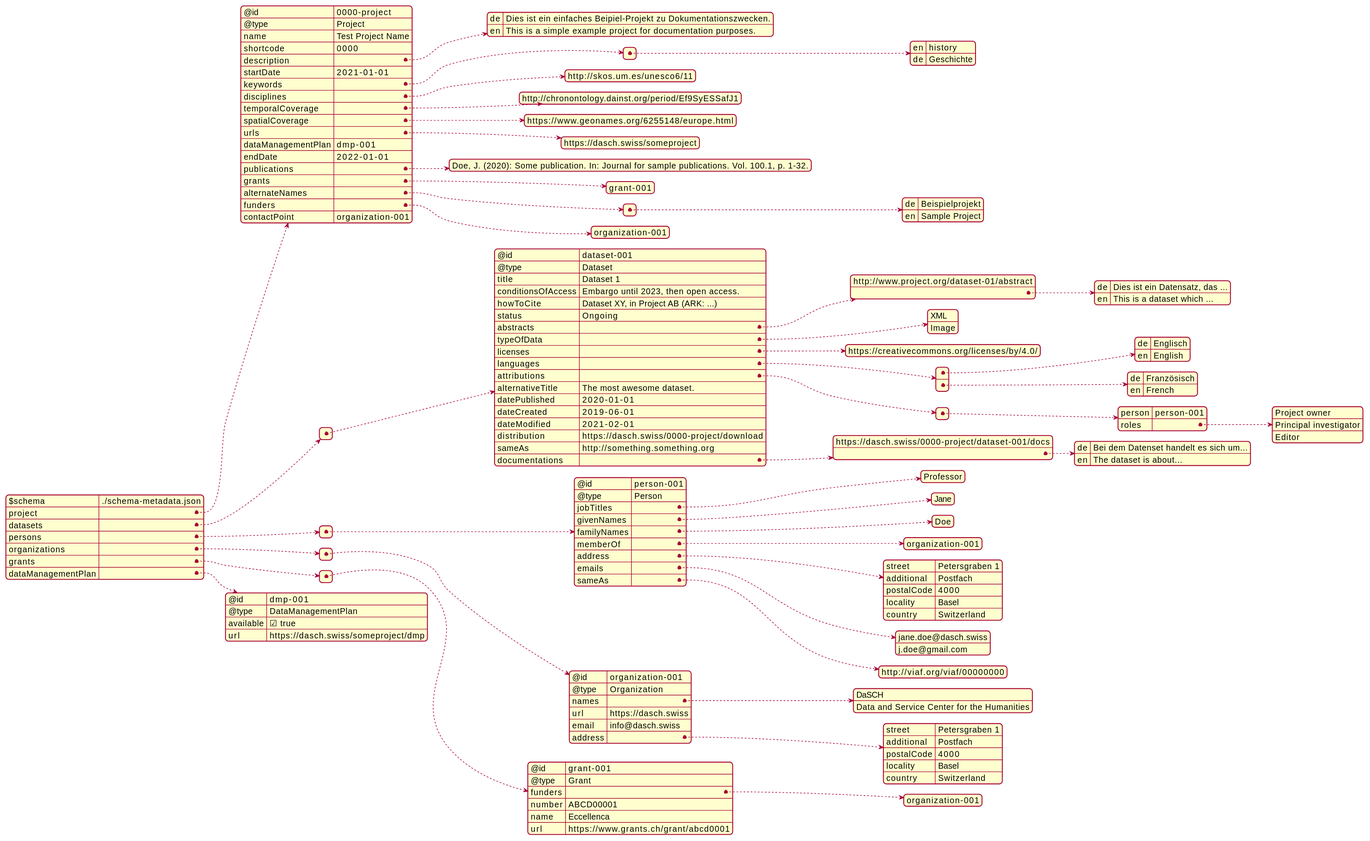
This is docs/services/metadata/api-example.svg from dasch-swiss/dasch-service-platform, a PlantUML export, as it was before one commit.
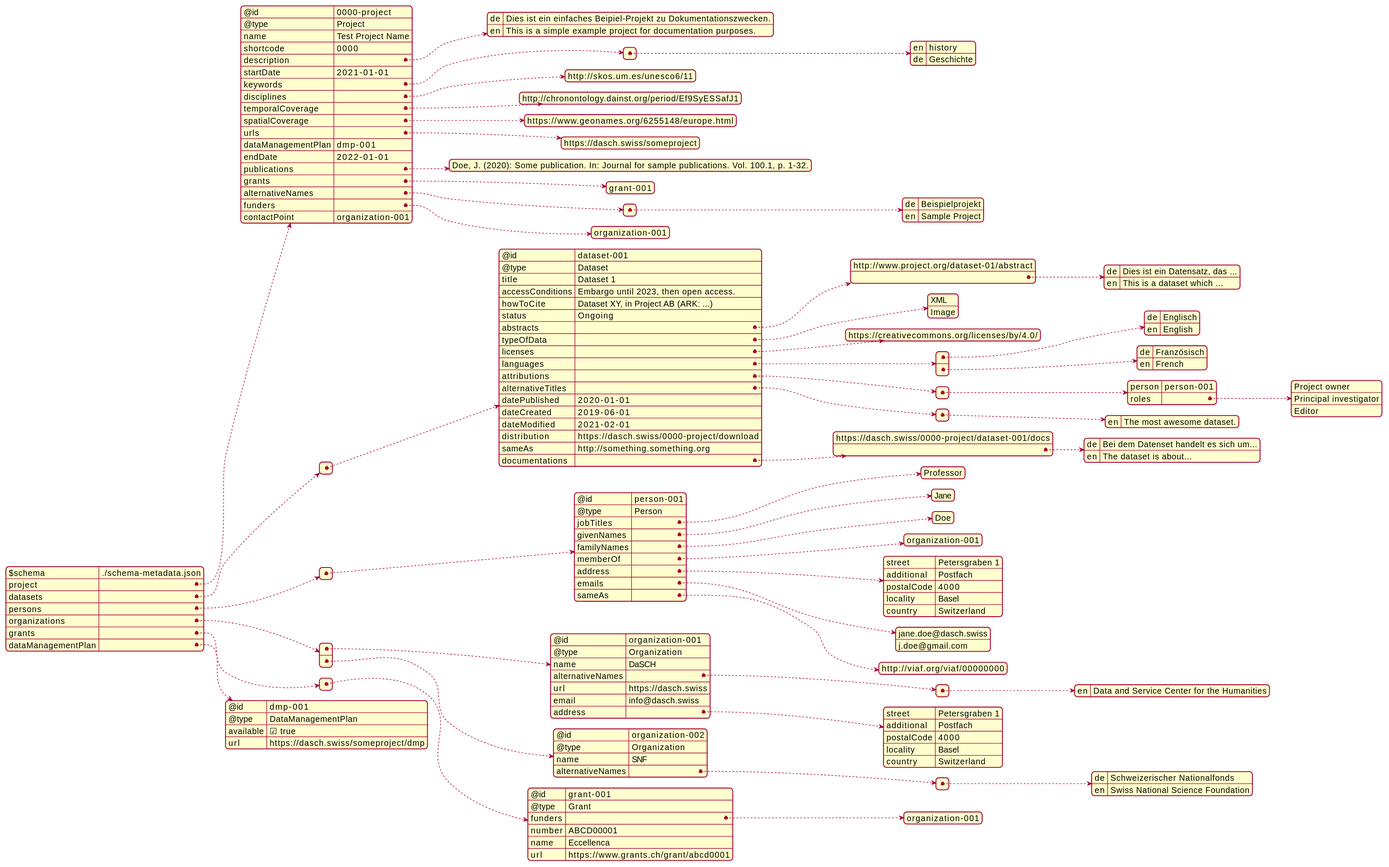
Later version of the same file.

What changed in the source:
```diff
@@ -38,7 +38,7 @@
     "grants": [
       "grant-001"
     ],
-    "alternateNames": [
+    "alternativeNames": [
       {
         "de": "Beispielprojekt",
         "en": "Sample Project"
@@ -54,7 +54,7 @@
       "@id": "dataset-001",
       "@type": "Dataset",
       "title": "Dataset 1",
-      "conditionsOfAccess": "Embargo until 2023, then open access.",
+      "accessConditions": "Embargo until 2023, then open access.",
       "howToCite": "Dataset XY, in Project AB (ARK: ...)",
       "status": "Ongoing",
       "abstracts": [
@@ -91,7 +91,11 @@
           ]
         }
       ],
-      "alternativeTitle": "The most awesome dataset.",
+      "alternativeTitles": [
+        {
+          "en": "The most awesome dataset."
+        }
+      ],
       "datePublished": "2020-01-01",
       "dateCreated": "2019-06-01",
       "dateModified": "2021-02-01",
@@ -142,9 +146,11 @@
     {
       "@id": "organization-001",
       "@type": "Organization",
-      "names": [
-        "DaSCH",
-        "Data and Service Center for the Humanities"
+      "name": "DaSCH",
+      "alternativeNames": [
+        {
+          "en": "Data and Service Center for the Humanities"
+        }
       ],
       "url": "https://dasch.swiss",
       "email": "info@dasch.swiss",
@@ -155,6 +161,17 @@
         "locality": "Basel",
         "country": "Switzerland"
       }
+    },
+    {
+      "@id": "organization-002",
+      "@type": "Organization",
+      "name": "SNF",
+      "alternativeNames": [
+        {
+          "de": "Schweizerischer Nationalfonds",
+          "en": "Swiss National Science Foundation"
+        }
+      ]
     }
   ],
   "grants": [
```
